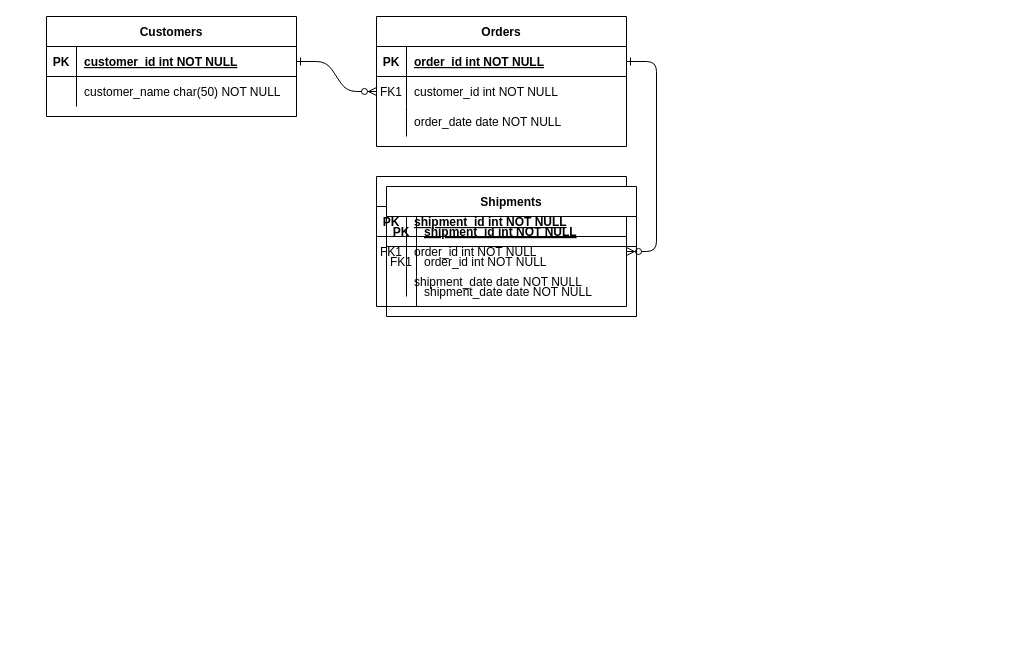
The draw.io diagram database/migrations/Untitled Diagram.drawio in Rajvirsingh617/electo02, before the edit. Source tidied: cells renumbered, new cells numbered last; positions are measured from the earlier drawing's top-left corner, leaving out a move shared by most shapes. Both pictures are drawn from the tidied source at 100%, with x=0, y=0 at pixel (46, 16).
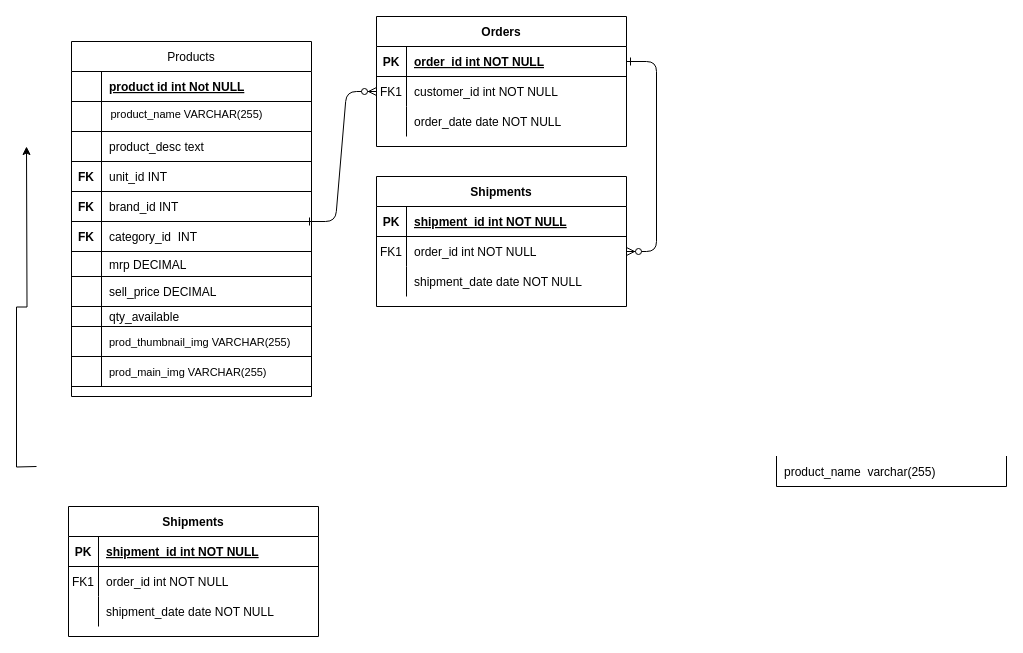
The same page after the edit.

Unchanged cells that the change refers to:
```xml
<mxCell id="8" style="shape=partialRectangle;fillColor=none;points=[[0,0.5],[1,0.5]];portConstraint=eastwest;top=0;left=0;right=0;bottom=0;" parent="4" vertex="1">
  <mxGeometry y="60" width="250" height="30" as="geometry" />
</mxCell>
```

Change to the diagram source:
```diff
@@
-    <mxCell id="2" style="edgeStyle=entityRelationEdgeStyle;endArrow=ERzeroToMany;startArrow=ERone;endFill=1;startFill=0;" parent="1" edge="1" source="25" target="8">
-      <mxGeometry relative="1" as="geometry" />
+    <mxCell id="2" style="edgeStyle=entityRelationEdgeStyle;endArrow=ERzeroToMany;startArrow=ERone;endFill=1;startFill=0;" parent="1" edge="1" target="8">
+      <mxGeometry relative="1" as="geometry">
+        <mxPoint x="259" y="205" as="sourcePoint" />
+      </mxGeometry>
     </mxCell>
@@
-    <mxCell id="24" value="Customers" style="shape=table;startSize=30;childLayout=tableLayout;rowLines=0;fontStyle=1;align=center;" parent="1" vertex="1">
-      <mxGeometry width="250" height="100" as="geometry" />
-    </mxCell>
-    <mxCell id="25" style="shape=partialRectangle;fillColor=none;points=[[0,0.5],[1,0.5]];portConstraint=eastwest;top=0;left=0;right=0;bottom=1;" parent="24" vertex="1">
-      <mxGeometry y="30" width="250" height="30" as="geometry" />
-    </mxCell>
-    <mxCell id="26" value="PK" style="shape=partialRectangle;overflow=hidden;fillColor=none;top=0;left=0;bottom=0;right=0;fontStyle=1;" parent="25" vertex="1">
-      <mxGeometry width="30" height="30" as="geometry" />
-    </mxCell>
-    <mxCell id="27" value="customer_id int NOT NULL " style="shape=partialRectangle;overflow=hidden;fillColor=none;top=0;left=0;bottom=0;right=0;align=left;spacingLeft=6;fontStyle=5;" parent="25" vertex="1">
-      <mxGeometry x="30" width="220" height="30" as="geometry" />
-    </mxCell>
-    <mxCell id="28" style="shape=partialRectangle;fillColor=none;top=0;left=0;right=0;bottom=0;" parent="24" vertex="1">
-      <mxGeometry y="60" width="250" height="30" as="geometry" />
-    </mxCell>
-    <mxCell id="29" style="shape=partialRectangle;overflow=hidden;fillColor=none;top=0;left=0;bottom=0;right=0;" parent="28" vertex="1">
-      <mxGeometry width="30" height="30" as="geometry" />
-    </mxCell>
-    <mxCell id="30" value="customer_name char(50) NOT NULL" style="shape=partialRectangle;overflow=hidden;fillColor=none;top=0;left=0;bottom=0;right=0;align=left;spacingLeft=6;" parent="28" vertex="1">
-      <mxGeometry x="30" width="220" height="30" as="geometry" />
-    </mxCell>
+    <mxCell id="41" style="edgeStyle=orthogonalEdgeStyle;rounded=0;orthogonalLoop=1;jettySize=auto;html=1;exitX=0;exitY=1;exitDx=0;exitDy=0;fontStyle=0;" parent="1" edge="1">
+      <mxGeometry relative="1" as="geometry">
+        <mxPoint x="-10" y="450" as="sourcePoint" />
+        <mxPoint x="-20" y="130" as="targetPoint" />
+      </mxGeometry>
+    </mxCell>
     <mxCell id="31" value="Shipments" style="shape=table;startSize=30;childLayout=tableLayout;rowLines=0;fontStyle=1;align=center;" parent="1" vertex="1">
-      <mxGeometry x="340" y="170" width="250" height="130" as="geometry" />
+      <mxGeometry x="22" y="490" width="250" height="130" as="geometry" />
     </mxCell>
@@
+    <mxCell id="42" value="product_name  varchar(255)" style="shape=partialRectangle;overflow=hidden;fillColor=none;top=0;left=1;bottom=1;right=1;align=left;spacingLeft=6;fontStyle=0;verticalAlign=middle;" parent="1" vertex="1">
+      <mxGeometry x="730" y="440" width="230" height="30" as="geometry" />
+    </mxCell>
+    <mxCell id="43" style="group;fontStyle=0;" parent="1" vertex="1">
+      <mxGeometry x="63" width="242" height="380" as="geometry" />
+    </mxCell>
+    <mxCell id="44" style="group;" parent="43" vertex="1">
+      <mxGeometry x="-10" width="242" height="380" as="geometry" />
+    </mxCell>
+    <mxCell id="45" value="Products" style="shape=table;startSize=30;childLayout=tableLayout;rowLines=0;fontStyle=0;align=center;" parent="44" vertex="1">
+      <mxGeometry x="-28" y="25" width="240" height="355" as="geometry" />
+    </mxCell>
+    <mxCell id="46" style="shape=partialRectangle;fillColor=none;top=0;left=0;right=0;bottom=1;" parent="45" vertex="1">
+      <mxGeometry y="30" width="240" height="30" as="geometry" />
+    </mxCell>
+    <mxCell id="47" style="shape=partialRectangle;overflow=hidden;fillColor=none;top=0;left=0;bottom=0;right=0;fontStyle=1;" parent="46" vertex="1">
+      <mxGeometry width="30" height="30" as="geometry" />
+    </mxCell>
+    <mxCell id="48" value="product id int Not NULL" style="shape=partialRectangle;overflow=hidden;fillColor=none;top=0;left=0;bottom=0;right=0;align=left;spacingLeft=6;fontStyle=5;" parent="46" vertex="1">
+      <mxGeometry x="30" width="210" height="30" as="geometry" />
+    </mxCell>
+    <mxCell id="49" style="shape=partialRectangle;fillColor=none;top=0;left=0;right=0;bottom=1;verticalAlign=top;horizontal=1;labelPosition=left;verticalLabelPosition=bottom;align=right;" parent="45" vertex="1">
+      <mxGeometry y="60" width="240" height="30" as="geometry" />
+    </mxCell>
+    <mxCell id="50" style="shape=partialRectangle;overflow=hidden;fillColor=none;top=0;left=0;bottom=0;right=0;fontStyle=1;" parent="49" vertex="1">
+      <mxGeometry width="30" height="30" as="geometry" />
+    </mxCell>
+    <mxCell id="51" value="product_name VARCHAR(255)" style="shape=partialRectangle;overflow=hidden;fillColor=none;top=0;left=0;bottom=0;right=0;align=center;spacingLeft=-39;fontStyle=0;spacingBottom=0;labelPosition=center;verticalLabelPosition=middle;verticalAlign=top;horizontal=1;fontSize=11;" parent="49" vertex="1">
+      <mxGeometry x="30" width="210" height="30" as="geometry" />
+    </mxCell>
+    <mxCell id="52" style="shape=partialRectangle;fillColor=none;top=0;left=0;right=0;bottom=1;" parent="45" vertex="1">
+      <mxGeometry y="90" width="240" height="30" as="geometry" />
+    </mxCell>
+    <mxCell id="53" style="shape=partialRectangle;overflow=hidden;fillColor=none;top=0;left=0;bottom=0;right=0;fontStyle=1;" parent="52" vertex="1">
+      <mxGeometry width="30" height="30" as="geometry" />
+    </mxCell>
+    <mxCell id="54" value="product_desc text" style="shape=partialRectangle;overflow=hidden;fillColor=none;top=0;left=0;bottom=0;right=0;align=left;spacingLeft=6;fontStyle=0;" parent="52" vertex="1">
+      <mxGeometry x="30" width="210" height="30" as="geometry" />
+    </mxCell>
+    <mxCell id="55" style="shape=partialRectangle;fillColor=none;top=0;left=0;right=0;bottom=1;" parent="45" vertex="1">
+      <mxGeometry y="120" width="240" height="30" as="geometry" />
+    </mxCell>
+    <mxCell id="56" value="FK" style="shape=partialRectangle;overflow=hidden;fillColor=none;top=0;left=0;bottom=0;right=0;fontStyle=1;" parent="55" vertex="1">
+      <mxGeometry width="30" height="30" as="geometry" />
+    </mxCell>
+    <mxCell id="57" value="unit_id INT" style="shape=partialRectangle;overflow=hidden;fillColor=none;top=0;left=0;bottom=0;right=0;align=left;spacingLeft=6;fontStyle=0;" parent="55" vertex="1">
+      <mxGeometry x="30" width="210" height="30" as="geometry" />
+    </mxCell>
+    <mxCell id="58" style="shape=partialRectangle;fillColor=none;top=0;left=0;right=0;bottom=1;" parent="45" vertex="1">
+      <mxGeometry y="150" width="240" height="30" as="geometry" />
+    </mxCell>
+    <mxCell id="59" value="FK" style="shape=partialRectangle;overflow=hidden;fillColor=none;top=0;left=0;bottom=0;right=0;fontStyle=1;" parent="58" vertex="1">
+      <mxGeometry width="30" height="30" as="geometry" />
+    </mxCell>
+    <mxCell id="60" value="brand_id INT" style="shape=partialRectangle;overflow=hidden;fillColor=none;top=0;left=0;bottom=0;right=0;align=left;spacingLeft=6;fontStyle=0;verticalAlign=middle;" parent="58" vertex="1">
+      <mxGeometry x="30" width="210" height="30" as="geometry" />
+    </mxCell>
+    <mxCell id="61" style="shape=partialRectangle;fillColor=none;top=0;left=0;right=0;bottom=1;" parent="45" vertex="1">
+      <mxGeometry y="180" width="240" height="30" as="geometry" />
+    </mxCell>
+    <mxCell id="62" value="FK" style="shape=partialRectangle;overflow=hidden;fillColor=none;top=0;left=0;bottom=0;right=0;fontStyle=1;" parent="61" vertex="1">
+      <mxGeometry width="30" height="30" as="geometry" />
+    </mxCell>
+    <mxCell id="63" value="category_id  INT" style="shape=partialRectangle;overflow=hidden;fillColor=none;top=0;left=0;bottom=0;right=0;align=left;spacingLeft=6;fontStyle=0;" parent="61" vertex="1">
+      <mxGeometry x="30" width="210" height="30" as="geometry" />
+    </mxCell>
+    <mxCell id="64" style="shape=partialRectangle;fillColor=none;top=0;left=0;right=0;bottom=1;" parent="45" vertex="1">
+      <mxGeometry y="210" width="240" height="25" as="geometry" />
+    </mxCell>
+    <mxCell id="65" style="shape=partialRectangle;overflow=hidden;fillColor=none;top=0;left=0;bottom=0;right=0;fontStyle=1;" parent="64" vertex="1">
+      <mxGeometry width="30" height="25" as="geometry" />
+    </mxCell>
+    <mxCell id="66" value="mrp DECIMAL" style="shape=partialRectangle;overflow=hidden;fillColor=none;top=0;left=0;bottom=0;right=0;align=left;spacingLeft=6;fontStyle=0;" parent="64" vertex="1">
+      <mxGeometry x="30" width="210" height="25" as="geometry" />
+    </mxCell>
+    <mxCell id="67" style="shape=partialRectangle;fillColor=none;top=0;left=0;right=0;bottom=1;" parent="45" vertex="1">
+      <mxGeometry y="235" width="240" height="30" as="geometry" />
+    </mxCell>
+    <mxCell id="68" style="shape=partialRectangle;overflow=hidden;fillColor=none;top=0;left=0;bottom=0;right=0;fontStyle=1;" parent="67" vertex="1">
+      <mxGeometry width="30" height="30" as="geometry" />
+    </mxCell>
+    <mxCell id="69" value="sell_price DECIMAL" style="shape=partialRectangle;overflow=hidden;fillColor=none;top=0;left=0;bottom=0;right=0;align=left;spacingLeft=6;fontStyle=0;" parent="67" vertex="1">
+      <mxGeometry x="30" width="210" height="30" as="geometry" />
+    </mxCell>
+    <mxCell id="70" style="shape=partialRectangle;fillColor=none;top=0;left=0;right=0;bottom=1;" parent="45" vertex="1">
+      <mxGeometry y="265" width="240" height="20" as="geometry" />
+    </mxCell>
+    <mxCell id="71" style="shape=partialRectangle;overflow=hidden;fillColor=none;top=0;left=0;bottom=0;right=0;fontStyle=1;" parent="70" vertex="1">
+      <mxGeometry width="30" height="20" as="geometry" />
+    </mxCell>
+    <mxCell id="72" value="qty_available" style="shape=partialRectangle;overflow=hidden;fillColor=none;top=0;left=0;bottom=0;right=0;align=left;spacingLeft=6;fontStyle=0;" parent="70" vertex="1">
+      <mxGeometry x="30" width="210" height="20" as="geometry" />
+    </mxCell>
+    <mxCell id="73" style="shape=partialRectangle;fillColor=none;top=0;left=0;right=0;bottom=1;" parent="45" vertex="1">
+      <mxGeometry y="285" width="240" height="30" as="geometry" />
+    </mxCell>
+    <mxCell id="74" style="shape=partialRectangle;overflow=hidden;fillColor=none;top=0;left=0;bottom=0;right=0;fontStyle=1;" parent="73" vertex="1">
+      <mxGeometry width="30" height="30" as="geometry" />
+    </mxCell>
+    <mxCell id="75" value="prod_thumbnail_img VARCHAR(255)" style="shape=partialRectangle;overflow=hidden;fillColor=none;top=0;left=0;bottom=0;right=0;align=left;spacingLeft=6;fontStyle=0;fontSize=11;" parent="73" vertex="1">
+      <mxGeometry x="30" width="210" height="30" as="geometry" />
+    </mxCell>
+    <mxCell id="76" style="shape=partialRectangle;fillColor=none;top=0;left=0;right=0;bottom=1;" parent="45" vertex="1">
+      <mxGeometry y="315" width="240" height="30" as="geometry" />
+    </mxCell>
+    <mxCell id="77" style="shape=partialRectangle;overflow=hidden;fillColor=none;top=0;left=0;bottom=0;right=0;fontStyle=1;" parent="76" vertex="1">
+      <mxGeometry width="30" height="30" as="geometry" />
+    </mxCell>
+    <mxCell id="78" value="prod_main_img VARCHAR(255)" style="shape=partialRectangle;overflow=hidden;fillColor=none;top=0;left=0;bottom=0;right=0;align=left;spacingLeft=6;fontStyle=0;fontSize=11;" parent="76" vertex="1">
+      <mxGeometry x="30" width="210" height="30" as="geometry" />
+    </mxCell>
```
